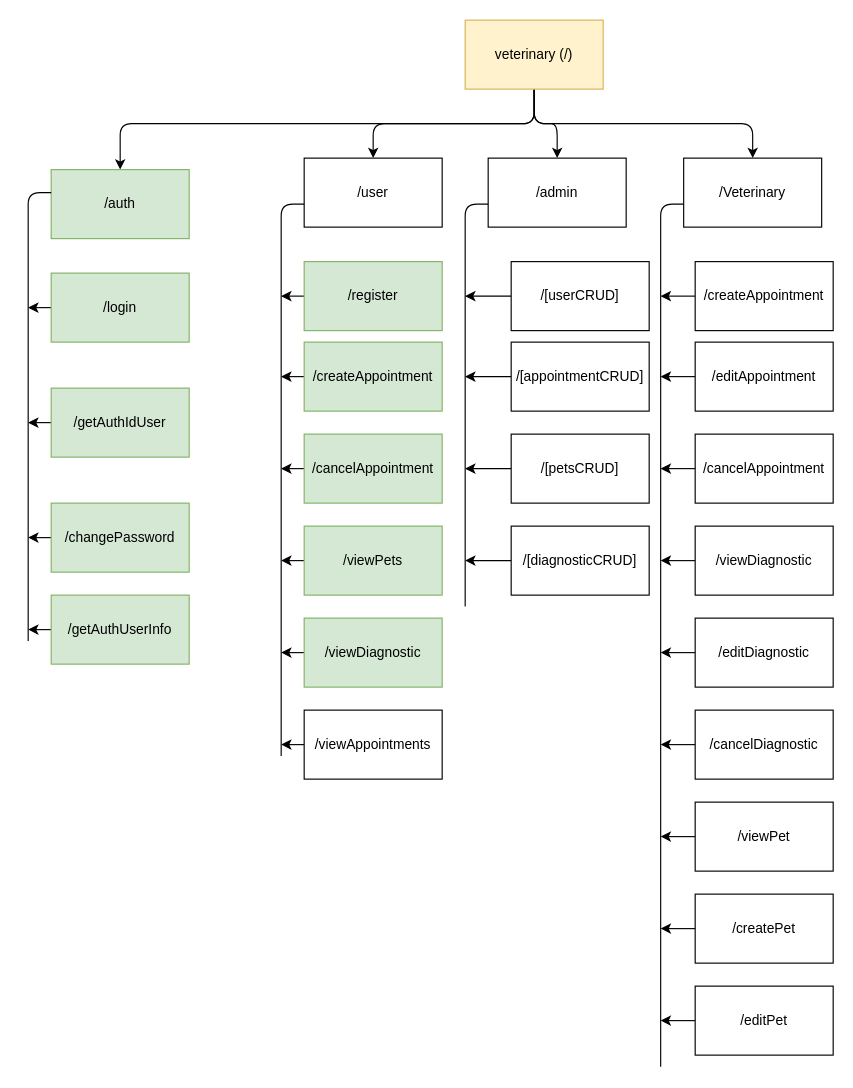
fernandoach/API-VETERINARY keeps this draw.io diagram as diagrams/NAV.drawio. Above is the earlier version. Source tidied: cells renumbered, new cells numbered last; positions are measured from the earlier drawing's top-left corner, leaving out a move shared by most shapes. Both pictures are drawn from the tidied source at 115%, with x=0, y=0 at pixel (28, 20).
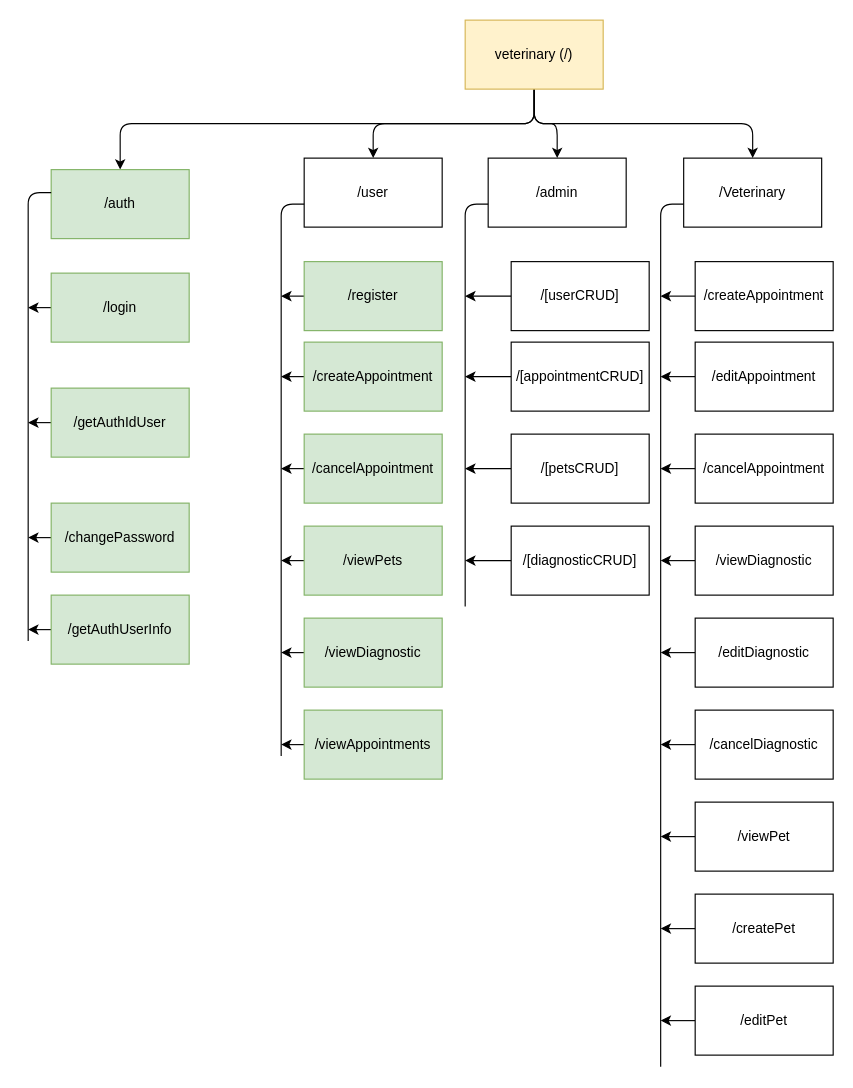
The same page after the edit.

Commit message:
MOD: the navigation diagram

Diff of the diagram source:
```diff
@@
-    <mxCell id="60" value="/viewAppointments" style="rounded=0;whiteSpace=wrap;html=1;" parent="1" vertex="1">
+    <mxCell id="60" value="/viewAppointments" style="rounded=0;whiteSpace=wrap;html=1;fillColor=#d5e8d4;strokeColor=#82b366;" parent="1" vertex="1">
       <mxGeometry x="240" y="600" width="120" height="60" as="geometry" />
     </mxCell>
```
